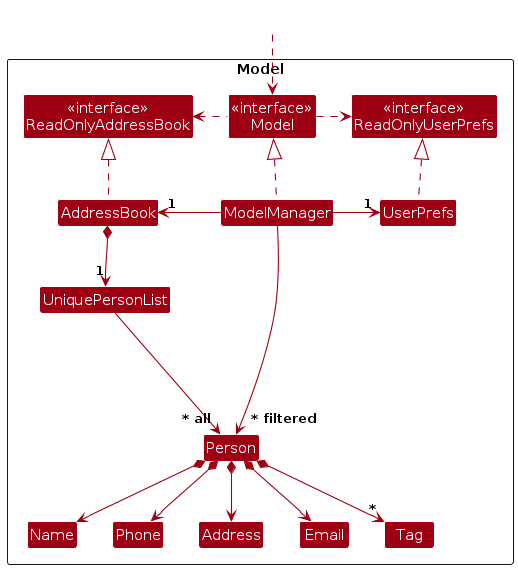
The PlantUML diagram diagrams/ModelClassDiagram.png in AY2627S1-CS2103T-T13-4/tp, before a commit. Its source is kept beside it as diagrams/ModelClassDiagram.puml. Source of this version:
```plantuml
@startuml
!include style.puml
skinparam arrowThickness 1.1
skinparam arrowColor MODEL_COLOR
skinparam classBackgroundColor MODEL_COLOR

Package Model as ModelPackage <<Rectangle>>{
Class "<<interface>>\nReadOnlyAddressBook" as ReadOnlyAddressBook
Class "<<interface>>\nReadOnlyUserPrefs" as ReadOnlyUserPrefs
Class "<<interface>>\nModel" as Model
Class AddressBook
Class ModelManager
Class UserPrefs

Class UniquePersonList
Class Person
Class Address
Class Email
Class Name
Class Phone
Class Tag

Class I #FFFFFF
}

Class HiddenOutside #FFFFFF
HiddenOutside ..> Model

AddressBook .up.|> ReadOnlyAddressBook

ModelManager .up.|> Model
Model .right.> ReadOnlyUserPrefs
Model .left.> ReadOnlyAddressBook
ModelManager -left-> "1" AddressBook
ModelManager -right-> "1" UserPrefs
UserPrefs .up.|> ReadOnlyUserPrefs

AddressBook *--> "1" UniquePersonList
UniquePersonList --> "~* all" Person
Person *--> Name
Person *--> Phone
Person *--> Email
Person *--> Address
Person *--> "*" Tag

Person -[hidden]up--> I
UniquePersonList -[hidden]right-> I

Name -[hidden]right-> Phone
Phone -[hidden]right-> Address
Address -[hidden]right-> Email

ModelManager --> "~* filtered" Person
@enduml
```
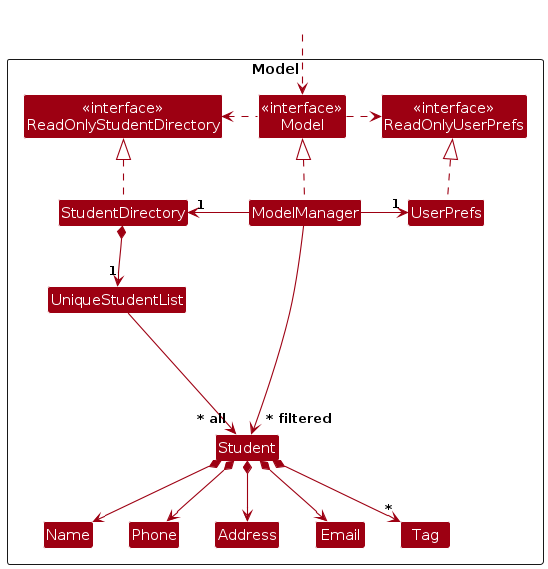
After the change.

The edit, as a diff of the source:
```diff
@@ -5,15 +5,15 @@
 skinparam classBackgroundColor MODEL_COLOR
 
 Package Model as ModelPackage <<Rectangle>>{
-Class "<<interface>>\nReadOnlyAddressBook" as ReadOnlyAddressBook
+Class "<<interface>>\nReadOnlyStudentDirectory" as ReadOnlyStudentDirectory
 Class "<<interface>>\nReadOnlyUserPrefs" as ReadOnlyUserPrefs
 Class "<<interface>>\nModel" as Model
-Class AddressBook
+Class StudentDirectory
 Class ModelManager
 Class UserPrefs
 
-Class UniquePersonList
-Class Person
+Class UniqueStudentList
+Class Student
 Class Address
 Class Email
 Class Name
@@ -26,29 +26,29 @@
 Class HiddenOutside #FFFFFF
 HiddenOutside ..> Model
 
-AddressBook .up.|> ReadOnlyAddressBook
+StudentDirectory .up.|> ReadOnlyStudentDirectory
 
 ModelManager .up.|> Model
 Model .right.> ReadOnlyUserPrefs
-Model .left.> ReadOnlyAddressBook
-ModelManager -left-> "1" AddressBook
+Model .left.> ReadOnlyStudentDirectory
+ModelManager -left-> "1" StudentDirectory
 ModelManager -right-> "1" UserPrefs
 UserPrefs .up.|> ReadOnlyUserPrefs
 
-AddressBook *--> "1" UniquePersonList
-UniquePersonList --> "~* all" Person
-Person *--> Name
-Person *--> Phone
-Person *--> Email
-Person *--> Address
-Person *--> "*" Tag
+StudentDirectory *--> "1" UniqueStudentList
+UniqueStudentList --> "~* all" Student
+Student *--> Name
+Student *--> Phone
+Student *--> Email
+Student *--> Address
+Student *--> "*" Tag
 
-Person -[hidden]up--> I
-UniquePersonList -[hidden]right-> I
+Student -[hidden]up--> I
+UniqueStudentList -[hidden]right-> I
 
 Name -[hidden]right-> Phone
 Phone -[hidden]right-> Address
 Address -[hidden]right-> Email
 
-ModelManager --> "~* filtered" Person
+ModelManager --> "~* filtered" Student
 @enduml
```
